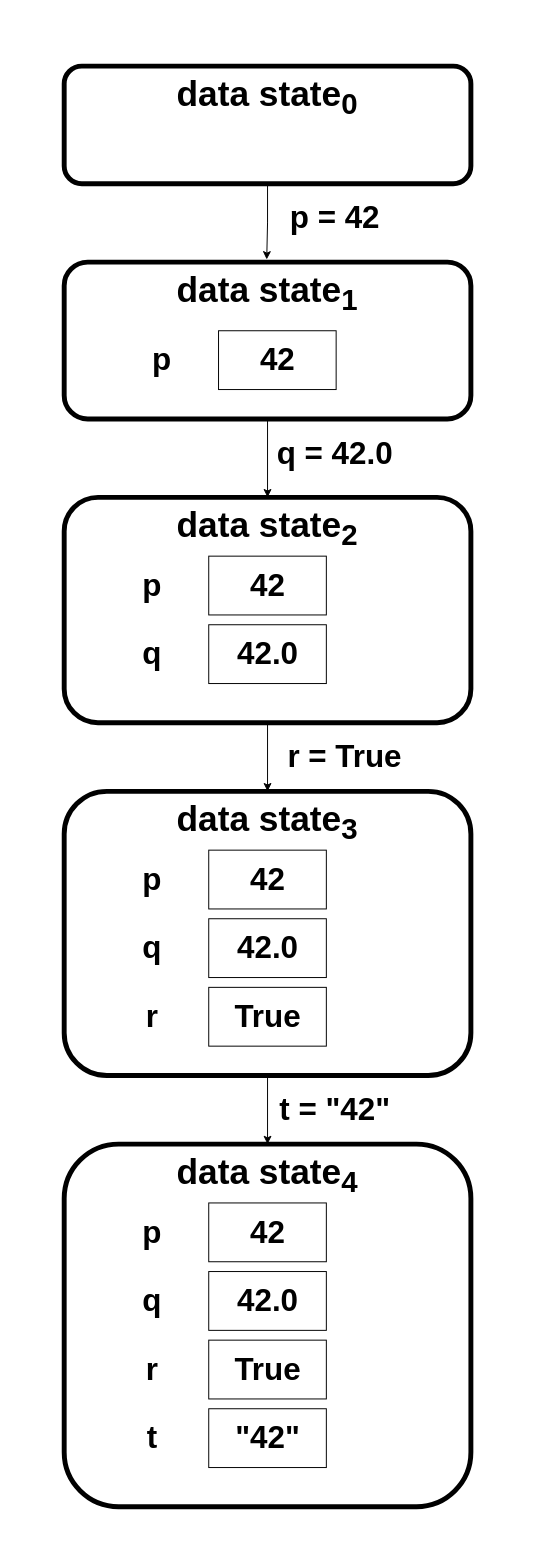
Above: page "variables-2" (14 of 20) of docs/diagrams.drawio in kushnertodd/basic-data-science-python (draw.io), before the change. Source tidied: cells renumbered, new cells numbered last; positions are measured from the earlier drawing's top-left corner, leaving out a move shared by most shapes. Both pictures are drawn from the tidied source at 98%, with x=0, y=0 at pixel (17, 17).
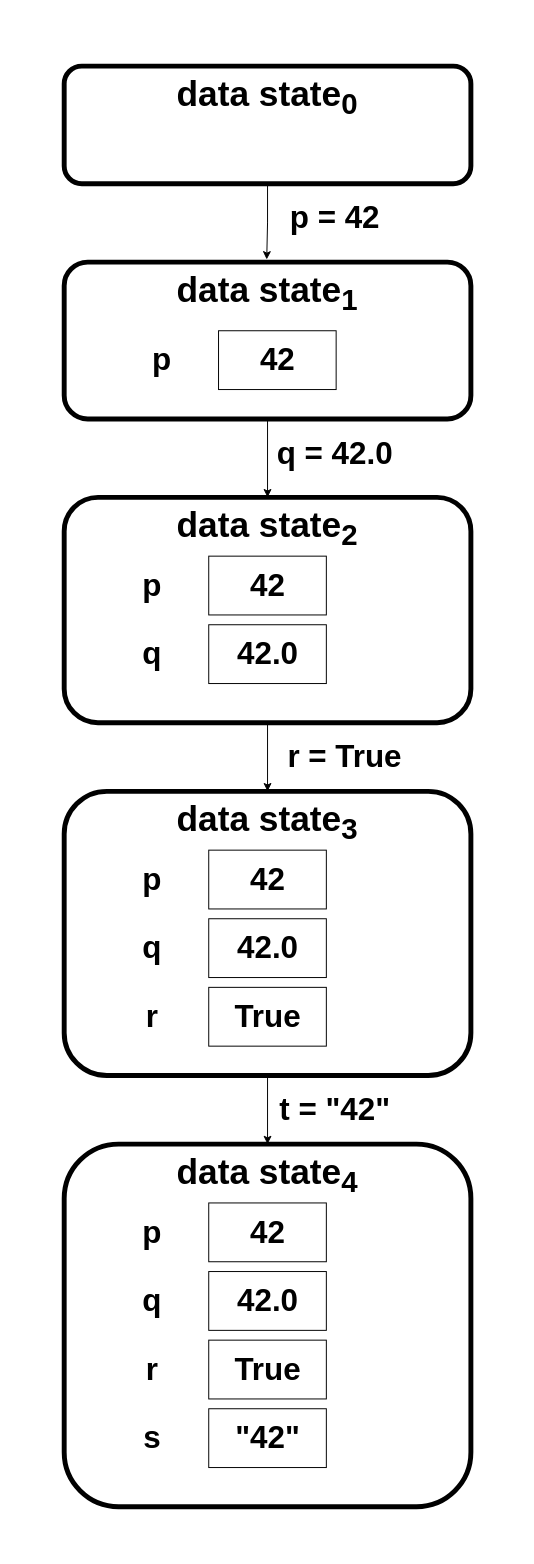
After the change.

Change to the diagram source:
```diff
@@
-    <mxCell id="35" value="&lt;font style=&quot;font-size: 32px;&quot;&gt;&lt;b&gt;t&lt;/b&gt;&lt;/font&gt;" style="text;html=1;whiteSpace=wrap;strokeColor=none;fillColor=none;align=center;verticalAlign=middle;rounded=0;" parent="1" vertex="1">
+    <mxCell id="35" value="&lt;font style=&quot;font-size: 32px;&quot;&gt;&lt;b&gt;s&lt;/b&gt;&lt;/font&gt;" style="text;html=1;whiteSpace=wrap;strokeColor=none;fillColor=none;align=center;verticalAlign=middle;rounded=0;" parent="1" vertex="1">
       <mxGeometry x="108" y="1435" width="60" height="30" as="geometry" />
     </mxCell>
```
